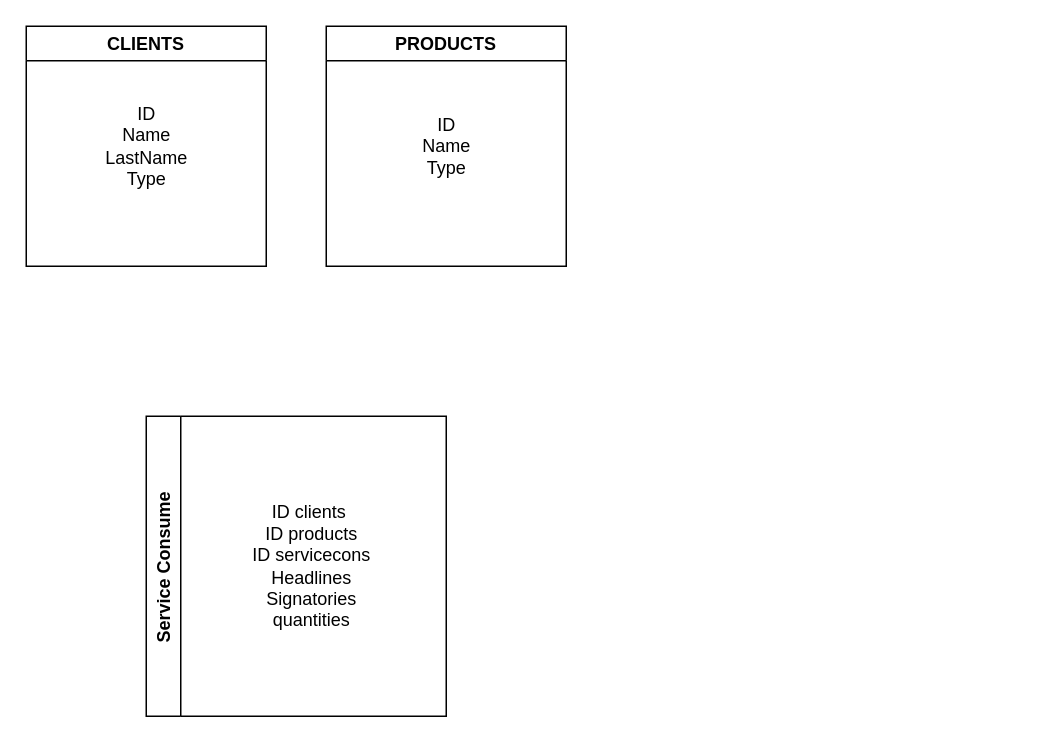
Before: Untitled Diagram.drawio in Benjamin-DM/Proyecto1_NTT, a draw.io diagram. Source tidied: cells renumbered, new cells numbered last; positions are measured from the earlier drawing's top-left corner, leaving out a move shared by most shapes. Both pictures are drawn from the tidied source at 150%, with x=0, y=0 at pixel (26, 26).
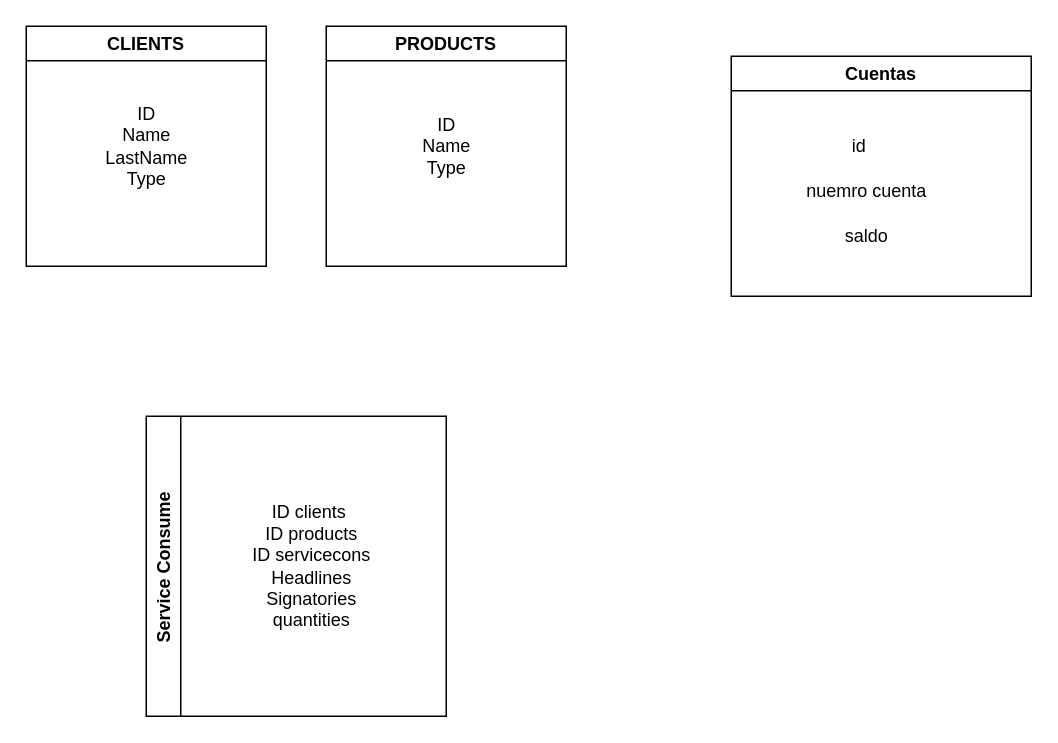
The same diagram, later.

The edit, as a diff of the source:
```diff
@@
 <mxGraphModel>
   <root>
     <mxCell id="0" />
     <mxCell id="1" parent="0" />
     <mxCell id="2" value="CLIENTS" style="swimlane;" parent="1" vertex="1">
       <mxGeometry width="160" height="160" as="geometry" />
     </mxCell>
     <mxCell id="3" value="ID&lt;br&gt;Name&lt;br&gt;LastName&lt;br&gt;Type" style="text;html=1;align=center;verticalAlign=middle;strokeColor=none;fillColor=none;" parent="2" vertex="1">
       <mxGeometry x="45" y="50" width="70" height="60" as="geometry" />
     </mxCell>
     <mxCell id="4" value="PRODUCTS" style="swimlane;" parent="1" vertex="1">
       <mxGeometry x="200" width="160" height="160" as="geometry" />
     </mxCell>
     <mxCell id="5" value="ID&lt;br&gt;Name&lt;br&gt;Type" style="text;html=1;align=center;verticalAlign=middle;strokeColor=none;fillColor=none;" parent="4" vertex="1">
       <mxGeometry x="55" y="55" width="50" height="50" as="geometry" />
     </mxCell>
     <mxCell id="6" value="Service Consume" style="swimlane;horizontal=0;" parent="1" vertex="1">
       <mxGeometry x="80" y="260" width="200" height="200" as="geometry" />
     </mxCell>
     <mxCell id="7" value="ID clients&amp;nbsp;&lt;br&gt;ID products&lt;br&gt;ID servicecons&lt;br&gt;Headlines&lt;br&gt;Signatories&lt;br&gt;quantities&lt;br&gt;" style="text;html=1;align=center;verticalAlign=middle;strokeColor=none;fillColor=none;" parent="6" vertex="1">
       <mxGeometry x="65" y="55" width="90" height="90" as="geometry" />
     </mxCell>
+    <mxCell id="8" value="Cuentas" style="swimlane;" parent="1" vertex="1">
+      <mxGeometry x="470" y="20" width="200" height="160" as="geometry" />
+    </mxCell>
+    <mxCell id="9" value="nuemro cuenta" style="text;html=1;align=center;verticalAlign=middle;strokeColor=none;fillColor=none;" parent="8" vertex="1">
+      <mxGeometry x="40" y="80" width="100" height="20" as="geometry" />
+    </mxCell>
+    <mxCell id="10" value="id" style="text;html=1;align=center;verticalAlign=middle;strokeColor=none;fillColor=none;" parent="8" vertex="1">
+      <mxGeometry x="70" y="50" width="30" height="20" as="geometry" />
+    </mxCell>
+    <mxCell id="11" value="saldo" style="text;html=1;align=center;verticalAlign=middle;strokeColor=none;fillColor=none;" parent="8" vertex="1">
+      <mxGeometry x="70" y="110" width="40" height="20" as="geometry" />
+    </mxCell>
   </root>
 </mxGraphModel>
```
